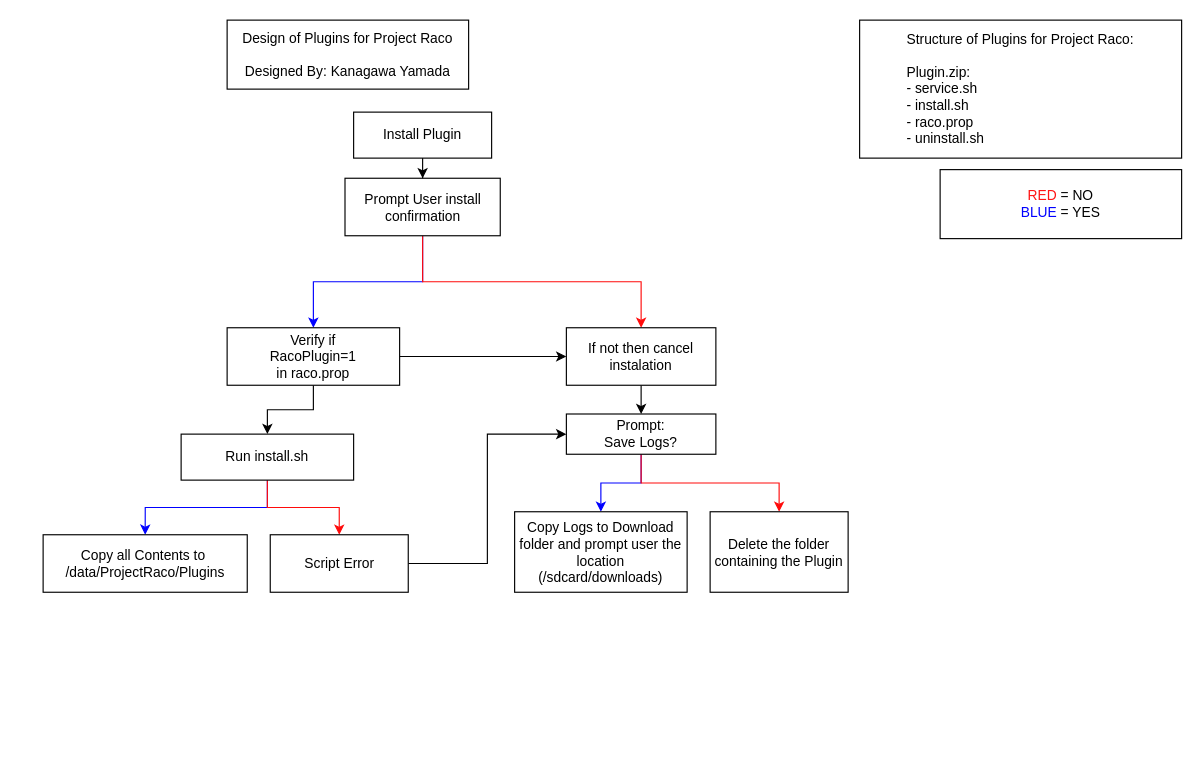
Earlier version of the draw.io diagram Designs/Design of Plugin.drawio (LoggingNewMemory/Project-Raco). Source tidied: cells renumbered, new cells numbered last; positions are measured from the earlier drawing's top-left corner, leaving out a move shared by most shapes. Both pictures are drawn from the tidied source at 115%, with x=0, y=0 at pixel (43, 20).
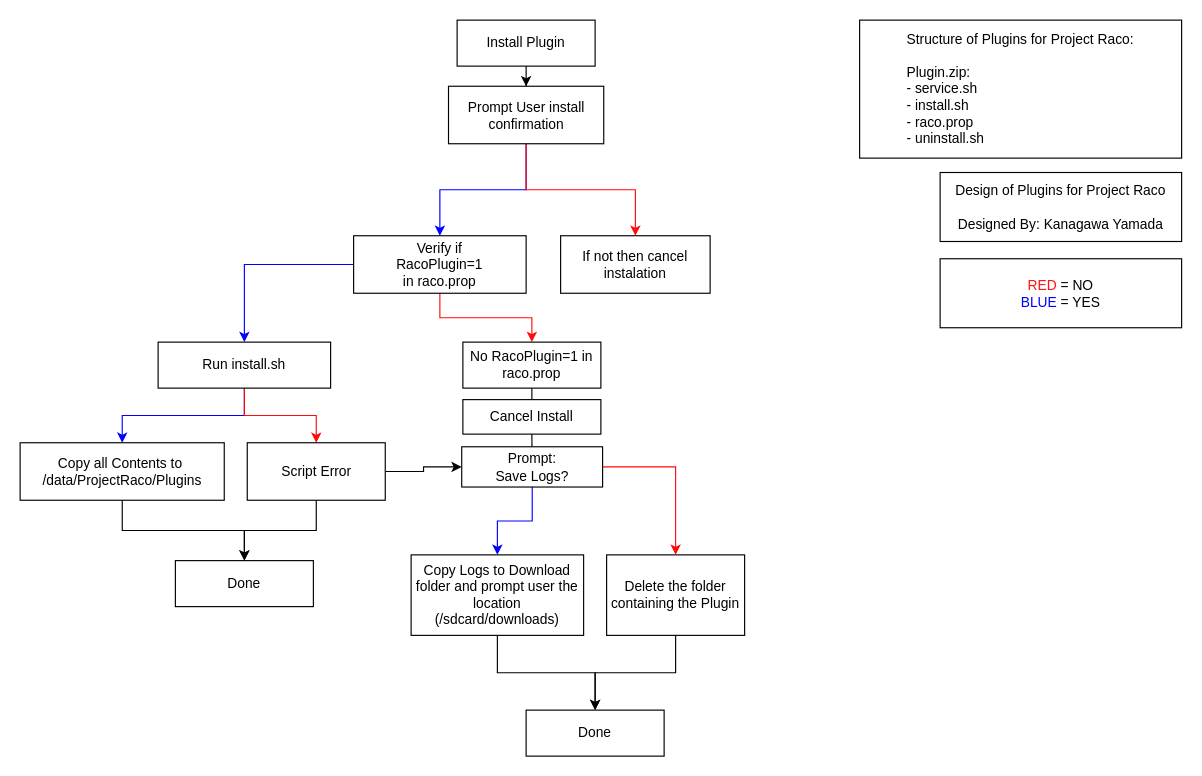
After the change.

Commit message (it also covers changes not shown here):
Akhirnya desain installnya jadi

Change to the diagram source:
```diff
@@
     <mxCell id="2" value="Design of Plugins for Project Raco&lt;div&gt;&lt;br&gt;&lt;/div&gt;&lt;div&gt;Designed By: Kanagawa Yamada&lt;/div&gt;" style="rounded=0;whiteSpace=wrap;html=1;" parent="1" vertex="1">
-      <mxGeometry x="160" width="210" height="60" as="geometry" />
+      <mxGeometry x="780" y="132.5" width="210" height="60" as="geometry" />
     </mxCell>
@@
-    <mxCell id="4" style="edgeStyle=orthogonalEdgeStyle;rounded=0;jettySize=auto;html=1;fillColor=#f8cecc;strokeColor=#FF0B0B;exitX=0.5;exitY=1;exitDx=0;exitDy=0;" parent="1" edge="1" source="22" target="8">
-      <mxGeometry relative="1" as="geometry" />
-    </mxCell>
@@
     <mxCell id="6" value="Install Plugin" style="rounded=0;whiteSpace=wrap;html=1;" parent="1" vertex="1">
-      <mxGeometry x="270" y="80" width="120" height="40" as="geometry" />
+      <mxGeometry x="360" width="120" height="40" as="geometry" />
     </mxCell>
-    <mxCell id="7" style="edgeStyle=orthogonalEdgeStyle;rounded=0;jettySize=auto;html=1;exitX=0.5;exitY=1;exitDx=0;exitDy=0;entryX=0.5;entryY=0;entryDx=0;entryDy=0;" parent="1" edge="1" source="8" target="18">
-      <mxGeometry relative="1" as="geometry" />
-    </mxCell>
     <mxCell id="8" value="&lt;div&gt;If not then cancel instalation&lt;/div&gt;" style="rounded=0;whiteSpace=wrap;html=1;" parent="1" vertex="1">
-      <mxGeometry x="455" y="267.5" width="130" height="50" as="geometry" />
+      <mxGeometry x="450" y="187.5" width="130" height="50" as="geometry" />
     </mxCell>
-    <mxCell id="9" style="edgeStyle=orthogonalEdgeStyle;rounded=0;jettySize=auto;html=1;entryX=0.5;entryY=0;entryDx=0;entryDy=0;" parent="1" edge="1" source="11" target="14">
+    <mxCell id="9" style="edgeStyle=orthogonalEdgeStyle;rounded=0;jettySize=auto;html=1;entryX=0.5;entryY=0;entryDx=0;entryDy=0;strokeColor=#0000FF;" parent="1" edge="1" source="11" target="14">
       <mxGeometry relative="1" as="geometry" />
     </mxCell>
-    <mxCell id="10" style="edgeStyle=orthogonalEdgeStyle;rounded=0;jettySize=auto;html=1;" parent="1" edge="1" source="11" target="8">
-      <mxGeometry relative="1" as="geometry" />
-    </mxCell>
+    <mxCell id="26" style="edgeStyle=orthogonalEdgeStyle;rounded=0;jettySize=auto;html=1;strokeColor=#FF0B0B;" parent="1" edge="1" source="11" target="31">
+      <mxGeometry relative="1" as="geometry" />
+    </mxCell>
     <mxCell id="11" value="&lt;div&gt;Verify if&lt;/div&gt;&lt;div&gt;RacoPlugin=1&lt;/div&gt;&lt;div&gt;in raco.prop&lt;/div&gt;" style="rounded=0;whiteSpace=wrap;html=1;" parent="1" vertex="1">
-      <mxGeometry x="160" y="267.5" width="150" height="50" as="geometry" />
+      <mxGeometry x="270" y="187.5" width="150" height="50" as="geometry" />
     </mxCell>
@@
     <mxCell id="14" value="Run install.sh" style="rounded=0;whiteSpace=wrap;html=1;" parent="1" vertex="1">
-      <mxGeometry x="120" y="360" width="150" height="40" as="geometry" />
+      <mxGeometry x="100" y="280" width="150" height="40" as="geometry" />
     </mxCell>
@@
-    <mxCell id="17" style="edgeStyle=orthogonalEdgeStyle;rounded=0;jettySize=auto;html=1;entryX=0.5;entryY=0;entryDx=0;entryDy=0;strokeColor=#FF0B0B;" parent="1" edge="1" source="18" target="19">
+    <mxCell id="17" style="edgeStyle=orthogonalEdgeStyle;rounded=0;jettySize=auto;html=1;strokeColor=#FF0B0B;" parent="1" edge="1" source="18" target="19">
       <mxGeometry relative="1" as="geometry" />
     </mxCell>
     <mxCell id="18" value="&lt;div&gt;Prompt:&lt;br&gt;Save Logs?&lt;/div&gt;" style="rounded=0;whiteSpace=wrap;html=1;" parent="1" vertex="1">
-      <mxGeometry x="455" y="342.5" width="130" height="35" as="geometry" />
+      <mxGeometry x="364" y="371" width="122.5" height="35" as="geometry" />
     </mxCell>
+    <mxCell id="27" style="edgeStyle=orthogonalEdgeStyle;rounded=0;jettySize=auto;html=1;" parent="1" edge="1" source="19" target="35">
+      <mxGeometry relative="1" as="geometry" />
+    </mxCell>
     <mxCell id="19" value="Delete the folder containing the Plugin" style="rounded=0;whiteSpace=wrap;html=1;" parent="1" vertex="1">
-      <mxGeometry x="580" y="427.5" width="120" height="70" as="geometry" />
+      <mxGeometry x="490" y="465" width="120" height="70" as="geometry" />
     </mxCell>
+    <mxCell id="28" style="edgeStyle=orthogonalEdgeStyle;rounded=0;jettySize=auto;html=1;" parent="1" edge="1" source="20" target="35">
+      <mxGeometry relative="1" as="geometry" />
+    </mxCell>
     <mxCell id="20" value="Copy Logs to Download folder and prompt user the location (/sdcard/downloads)" style="rounded=0;whiteSpace=wrap;html=1;" parent="1" vertex="1">
-      <mxGeometry x="410" y="427.5" width="150" height="70" as="geometry" />
+      <mxGeometry x="320" y="465" width="150" height="70" as="geometry" />
     </mxCell>
     <mxCell id="21" value="&lt;font style=&quot;color: rgb(255, 20, 20);&quot;&gt;RED&lt;/font&gt; = NO&lt;div&gt;&lt;font style=&quot;color: rgb(0, 0, 255);&quot;&gt;BLUE&lt;/font&gt; = YES&lt;/div&gt;" style="rounded=0;whiteSpace=wrap;html=1;" parent="1" vertex="1">
-      <mxGeometry x="780" y="130" width="210" height="60" as="geometry" />
+      <mxGeometry x="780" y="207.5" width="210" height="60" as="geometry" />
     </mxCell>
+    <mxCell id="4" style="edgeStyle=orthogonalEdgeStyle;rounded=0;jettySize=auto;html=1;strokeColor=#FF0B0B;" parent="1" edge="1" source="22" target="8">
+      <mxGeometry relative="1" as="geometry" />
+    </mxCell>
     <mxCell id="22" value="Prompt User install confirmation" style="rounded=0;whiteSpace=wrap;html=1;" parent="1" vertex="1">
-      <mxGeometry x="262.5" y="137.5" width="135" height="50" as="geometry" />
+      <mxGeometry x="352.5" y="57.5" width="135" height="50" as="geometry" />
     </mxCell>
+    <mxCell id="29" style="edgeStyle=orthogonalEdgeStyle;rounded=0;jettySize=auto;html=1;" parent="1" edge="1" source="23" target="36">
+      <mxGeometry relative="1" as="geometry" />
+    </mxCell>
     <mxCell id="23" value="Copy all Contents to&amp;nbsp;&lt;div&gt;/data/ProjectRaco/Plugins&lt;/div&gt;" style="rounded=0;whiteSpace=wrap;html=1;" parent="1" vertex="1">
-      <mxGeometry y="447.5" width="177.5" height="50" as="geometry" />
+      <mxGeometry x="-20" y="367.5" width="177.5" height="50" as="geometry" />
     </mxCell>
-    <mxCell id="24" style="edgeStyle=orthogonalEdgeStyle;rounded=0;jettySize=auto;html=1;entryX=0;entryY=0.5;entryDx=0;entryDy=0;" parent="1" edge="1" source="25" target="18">
+    <mxCell id="24" style="edgeStyle=orthogonalEdgeStyle;rounded=0;jettySize=auto;html=1;" parent="1" edge="1" source="25" target="18">
       <mxGeometry relative="1" as="geometry" />
     </mxCell>
+    <mxCell id="30" style="edgeStyle=orthogonalEdgeStyle;rounded=0;jettySize=auto;html=1;" parent="1" edge="1" source="25" target="36">
+      <mxGeometry relative="1" as="geometry" />
+    </mxCell>
     <mxCell id="25" value="Script Error" style="rounded=0;whiteSpace=wrap;html=1;" parent="1" vertex="1">
-      <mxGeometry x="197.5" y="447.5" width="120" height="50" as="geometry" />
+      <mxGeometry x="177.5" y="367.5" width="120" height="50" as="geometry" />
     </mxCell>
+    <mxCell id="31" value="No RacoPlugin=1 in raco.prop" style="rounded=0;whiteSpace=wrap;html=1;" parent="1" vertex="1">
+      <mxGeometry x="365" y="280" width="120" height="40" as="geometry" />
+    </mxCell>
+    <mxCell id="32" value="Cancel Install" style="rounded=0;whiteSpace=wrap;html=1;" parent="1" vertex="1">
+      <mxGeometry x="365" y="330" width="120" height="30" as="geometry" />
+    </mxCell>
+    <mxCell id="33" style="endArrow=none;html=1;rounded=0;entryX=0.5;entryY=1;entryDx=0;entryDy=0;exitX=0.5;exitY=0;exitDx=0;exitDy=0;" parent="1" edge="1" source="32" target="31">
+      <mxGeometry relative="1" as="geometry" />
+    </mxCell>
+    <mxCell id="34" style="endArrow=none;html=1;rounded=0;exitX=0.5;exitY=1;exitDx=0;exitDy=0;" parent="1" edge="1" source="32" target="18">
+      <mxGeometry relative="1" as="geometry" />
+    </mxCell>
+    <mxCell id="35" value="Done" style="rounded=0;whiteSpace=wrap;html=1;" parent="1" vertex="1">
+      <mxGeometry x="420" y="600" width="120" height="40" as="geometry" />
+    </mxCell>
+    <mxCell id="36" value="Done" style="rounded=0;whiteSpace=wrap;html=1;" parent="1" vertex="1">
+      <mxGeometry x="115" y="470" width="120" height="40" as="geometry" />
+    </mxCell>
```
